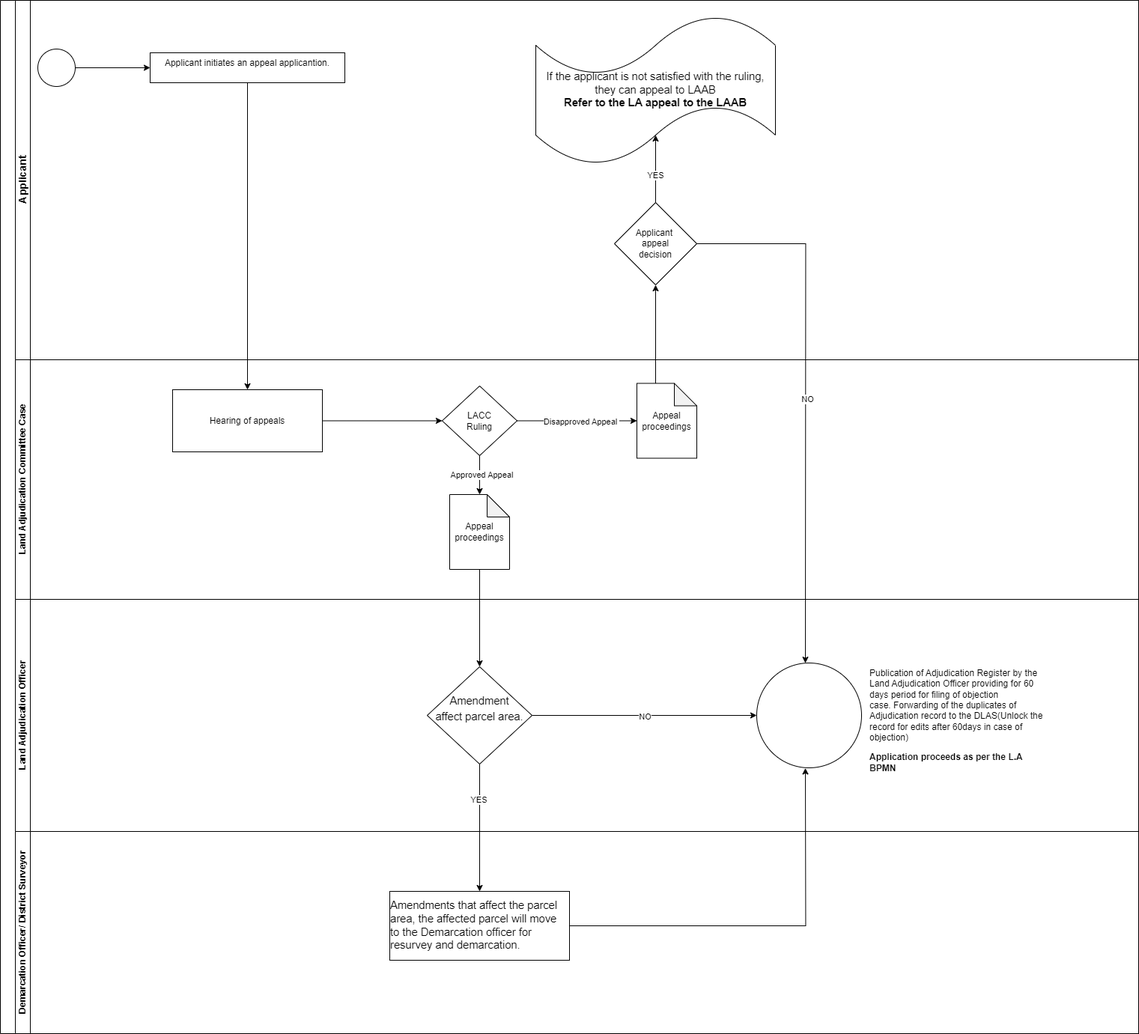
This is Land Adjudication Appeal to the LACC.drawio.png from geoprojectke/BPMN, a draw.io export, as it was before one commit. Source tidied: cells renumbered, new cells last; positions are measured from the earlier drawing's top-left corner, leaving out a move shared by most shapes. Its diagram source:
```xml
<mxGraphModel>
  <root>
    <mxCell id="0" />
    <mxCell id="1" parent="0" />
    <mxCell id="2" style="swimlane;html=1;horizontal=0;startSize=20;whiteSpace=wrap;" parent="1" vertex="1">
      <mxGeometry width="1520" height="1380" as="geometry" />
    </mxCell>
    <mxCell id="3" value="&lt;font style=&quot;font-size: 14px;&quot;&gt;Applicant&lt;/font&gt;" style="swimlane;html=1;startSize=20;horizontal=0;" parent="2" vertex="1">
      <mxGeometry x="20" width="1500" height="480" as="geometry" />
    </mxCell>
    <mxCell id="4" style="edgeStyle=orthogonalEdgeStyle;rounded=0;jettySize=auto;html=1;exitX=1;exitY=0.5;exitDx=0;exitDy=0;exitPerimeter=0;entryX=0;entryY=0.5;entryDx=0;entryDy=0;" parent="3" edge="1" source="5" target="6">
      <mxGeometry relative="1" as="geometry" />
    </mxCell>
    <mxCell id="5" style="points=[[0.145,0.145,0],[0.5,0,0],[0.855,0.145,0],[1,0.5,0],[0.855,0.855,0],[0.5,1,0],[0.145,0.855,0],[0,0.5,0]];shape=mxgraph.bpmn.event;html=1;verticalLabelPosition=bottom;labelBackgroundColor=#ffffff;verticalAlign=top;align=center;perimeter=ellipsePerimeter;outlineConnect=0;outline=standard;symbol=general;" parent="3" vertex="1">
      <mxGeometry x="30" y="65" width="50" height="50" as="geometry" />
    </mxCell>
    <mxCell id="6" value="&lt;div style=&quot;&quot;&gt;&lt;span style=&quot;background-color: initial;&quot;&gt;Applicant initiates an appeal applicantion.&lt;/span&gt;&lt;/div&gt;" style="whiteSpace=wrap;html=1;verticalAlign=top;align=center;" parent="3" vertex="1">
      <mxGeometry x="180" y="70" width="260" height="40" as="geometry" />
    </mxCell>
    <mxCell id="7" value="&lt;span id=&quot;docs-internal-guid-db0c2f5f-7fff-f415-b782-565040d1eb2e&quot;&gt;&lt;span style=&quot;font-size: 11pt; font-family: Arial, sans-serif; background-color: transparent; font-variant-numeric: normal; font-variant-east-asian: normal; font-variant-alternates: normal; font-variant-position: normal; vertical-align: baseline; white-space-collapse: preserve;&quot;&gt;If the applicant is not satisfied with the ruling, they can appeal to LAAB&lt;/span&gt;&lt;/span&gt;&lt;div&gt;&lt;span&gt;&lt;span style=&quot;font-size: 11pt; font-family: Arial, sans-serif; background-color: transparent; font-variant-numeric: normal; font-variant-east-asian: normal; font-variant-alternates: normal; font-variant-position: normal; vertical-align: baseline; white-space-collapse: preserve;&quot;&gt;&lt;b&gt;Refer to the LA appeal to the LAAB&lt;/b&gt;&lt;/span&gt;&lt;/span&gt;&lt;/div&gt;" style="shape=tape;whiteSpace=wrap;html=1;" parent="3" vertex="1">
      <mxGeometry x="695" y="20" width="320" height="200" as="geometry" />
    </mxCell>
    <mxCell id="8" value="Applicant&amp;nbsp;&lt;div&gt;appeal&lt;div&gt;decision&lt;/div&gt;&lt;/div&gt;" style="rhombus;whiteSpace=wrap;html=1;" parent="3" vertex="1">
      <mxGeometry x="800" y="270" width="110" height="110" as="geometry" />
    </mxCell>
    <mxCell id="9" style="edgeStyle=orthogonalEdgeStyle;rounded=0;jettySize=auto;html=1;exitX=0.5;exitY=0;exitDx=0;exitDy=0;entryX=0.5;entryY=0.8;entryDx=0;entryDy=0;entryPerimeter=0;" parent="3" edge="1" source="8" target="7">
      <mxGeometry relative="1" as="geometry" />
    </mxCell>
    <mxCell id="10" value="YES" style="edgeLabel;html=1;align=center;verticalAlign=middle;" parent="9" vertex="1">
      <mxGeometry x="-0.18" y="1" relative="1" as="geometry" />
    </mxCell>
    <mxCell id="11" value="Land Adjudication Committee Case" style="swimlane;html=1;startSize=20;horizontal=0;" parent="2" vertex="1">
      <mxGeometry x="20" y="480" width="1500" height="320" as="geometry" />
    </mxCell>
    <mxCell id="12" style="edgeStyle=orthogonalEdgeStyle;rounded=0;jettySize=auto;html=1;exitX=1;exitY=0.5;exitDx=0;exitDy=0;entryX=0;entryY=0.5;entryDx=0;entryDy=0;" parent="11" edge="1" source="13" target="14">
      <mxGeometry relative="1" as="geometry" />
    </mxCell>
    <mxCell id="13" value="Hearing of appeals" style="whiteSpace=wrap;html=1;" parent="11" vertex="1">
      <mxGeometry x="210" y="40" width="200" height="83" as="geometry" />
    </mxCell>
    <mxCell id="14" value="LACC&lt;div&gt;Ruling&lt;/div&gt;" style="rhombus;whiteSpace=wrap;html=1;" parent="11" vertex="1">
      <mxGeometry x="570" y="35" width="100" height="93" as="geometry" />
    </mxCell>
    <mxCell id="15" value="Appeal proceedings" style="shape=note;whiteSpace=wrap;html=1;backgroundOutline=1;darkOpacity=0.05;" parent="11" vertex="1">
      <mxGeometry x="830" y="31.5" width="80" height="100" as="geometry" />
    </mxCell>
    <mxCell id="16" style="edgeStyle=orthogonalEdgeStyle;rounded=0;jettySize=auto;html=1;exitX=1;exitY=0.5;exitDx=0;exitDy=0;entryX=0;entryY=0.5;entryDx=0;entryDy=0;entryPerimeter=0;" parent="11" edge="1" source="14" target="15">
      <mxGeometry relative="1" as="geometry" />
    </mxCell>
    <mxCell id="17" value="Disapproved Appeal&amp;nbsp;" style="edgeLabel;html=1;align=center;verticalAlign=middle;" parent="16" vertex="1">
      <mxGeometry x="0.07" y="-1" relative="1" as="geometry" />
    </mxCell>
    <mxCell id="18" value="Appeal proceedings" style="shape=note;whiteSpace=wrap;html=1;backgroundOutline=1;darkOpacity=0.05;" parent="11" vertex="1">
      <mxGeometry x="580" y="180" width="80" height="100" as="geometry" />
    </mxCell>
    <mxCell id="19" style="edgeStyle=orthogonalEdgeStyle;rounded=0;jettySize=auto;html=1;exitX=0.5;exitY=1;exitDx=0;exitDy=0;entryX=0.5;entryY=0;entryDx=0;entryDy=0;entryPerimeter=0;" parent="11" edge="1" source="14" target="18">
      <mxGeometry relative="1" as="geometry" />
    </mxCell>
    <mxCell id="20" value="Approved Appeal" style="edgeLabel;html=1;align=center;verticalAlign=middle;" parent="19" vertex="1">
      <mxGeometry x="0.01" y="2" relative="1" as="geometry" />
    </mxCell>
    <mxCell id="21" value="Land Adjudication Officer" style="swimlane;html=1;startSize=20;horizontal=0;gradientColor=none;swimlaneFillColor=none;" parent="2" vertex="1">
      <mxGeometry x="20" y="800" width="1500" height="310" as="geometry" />
    </mxCell>
    <mxCell id="22" style="edgeStyle=orthogonalEdgeStyle;rounded=0;jettySize=auto;html=1;exitX=1;exitY=0.5;exitDx=0;exitDy=0;entryX=0;entryY=0.5;entryDx=0;entryDy=0;" parent="21" edge="1" source="24" target="25">
      <mxGeometry relative="1" as="geometry" />
    </mxCell>
    <mxCell id="23" value="NO" style="edgeLabel;html=1;align=center;verticalAlign=middle;" parent="22" vertex="1">
      <mxGeometry y="-1" relative="1" as="geometry" />
    </mxCell>
    <mxCell id="24" value="&lt;p style=&quot;line-height: 1.38; margin-top: 0pt; margin-bottom: 0pt;&quot; dir=&quot;ltr&quot;&gt;&lt;span style=&quot;font-size: 11pt; font-family: Arial, sans-serif; background-color: transparent; font-variant-numeric: normal; font-variant-east-asian: normal; font-variant-alternates: normal; font-variant-position: normal; vertical-align: baseline; white-space-collapse: preserve;&quot;&gt;Amendment&lt;/span&gt;&lt;/p&gt;&lt;p style=&quot;line-height: 1.38; margin-top: 0pt; margin-bottom: 0pt;&quot; dir=&quot;ltr&quot;&gt;&lt;span style=&quot;font-size: 11pt; font-family: Arial, sans-serif; background-color: transparent; font-variant-numeric: normal; font-variant-east-asian: normal; font-variant-alternates: normal; font-variant-position: normal; vertical-align: baseline; white-space-collapse: preserve;&quot;&gt;affect parcel area.&lt;/span&gt;&lt;/p&gt;&lt;div&gt;&lt;span style=&quot;font-size: 11pt; font-family: Arial, sans-serif; background-color: transparent; font-variant-numeric: normal; font-variant-east-asian: normal; font-variant-alternates: normal; font-variant-position: normal; vertical-align: baseline; white-space-collapse: preserve;&quot;&gt;&lt;br&gt;&lt;/span&gt;&lt;/div&gt;" style="rhombus;whiteSpace=wrap;html=1;" parent="21" vertex="1">
      <mxGeometry x="550" y="90" width="140" height="130" as="geometry" />
    </mxCell>
    <mxCell id="25" style="ellipse;whiteSpace=wrap;html=1;" parent="21" vertex="1">
      <mxGeometry x="990" y="85" width="140" height="140" as="geometry" />
    </mxCell>
    <mxCell id="26" value="&lt;p style=&quot;text-wrap: wrap;&quot; class=&quot;MsoNormal&quot;&gt;&lt;br&gt;&lt;/p&gt;" style="text;html=1;align=left;verticalAlign=middle;strokeColor=none;fillColor=none;" parent="21" vertex="1">
      <mxGeometry x="990" y="130" width="20" height="50" as="geometry" />
    </mxCell>
    <mxCell id="27" value="&lt;p style=&quot;text-align: left;&quot; class=&quot;MsoNormal&quot;&gt;&lt;span lang=&quot;EN-GB&quot;&gt;Publication of Adjudication Register by the Land Adjudication Officer&amp;nbsp;&lt;/span&gt;&lt;span style=&quot;background-color: initial;&quot;&gt;providing for 60 days period for filing of objection case.&amp;nbsp;&lt;/span&gt;&lt;span style=&quot;background-color: initial;&quot;&gt;Forwarding of the duplicates of Adjudication record to the DLAS&lt;/span&gt;&lt;span style=&quot;background-color: initial;&quot;&gt;(Unlock the record for edits after 60days in case of objection)&lt;/span&gt;&lt;/p&gt;&lt;p style=&quot;text-align: left;&quot; class=&quot;MsoNormal&quot;&gt;&lt;b style=&quot;background-color: initial;&quot;&gt;Application proceeds as per the L.A BPMN&lt;/b&gt;&lt;/p&gt;" style="whiteSpace=wrap;html=1;gradientColor=none;strokeColor=none;" parent="21" vertex="1">
      <mxGeometry x="1140" y="90" width="240" height="145" as="geometry" />
    </mxCell>
    <mxCell id="28" value="Demarcation Officer/ District Surveyor" style="swimlane;html=1;startSize=20;horizontal=0;" parent="2" vertex="1">
      <mxGeometry x="20" y="1110" width="1500" height="270" as="geometry" />
    </mxCell>
    <mxCell id="29" style="edgeStyle=orthogonalEdgeStyle;rounded=0;orthogonalLoop=1;jettySize=auto;html=1;exitX=0.5;exitY=1;exitDx=0;exitDy=0;" parent="28" edge="1">
      <mxGeometry relative="1" as="geometry">
        <mxPoint x="1880" y="166" as="targetPoint" />
      </mxGeometry>
    </mxCell>
    <mxCell id="30" value="Rejects" style="edgeLabel;html=1;align=center;verticalAlign=middle;" parent="29" vertex="1">
      <mxGeometry x="-0.29" y="-3" relative="1" as="geometry" />
    </mxCell>
    <mxCell id="31" value="&lt;div style=&quot;text-align: left;&quot;&gt;&lt;span id=&quot;docs-internal-guid-d6d3c011-7fff-b26b-1240-02130e1e9896&quot;&gt;&lt;span style=&quot;font-size: 11pt; font-family: Arial, sans-serif; background-color: transparent; font-variant-numeric: normal; font-variant-east-asian: normal; font-variant-alternates: normal; font-variant-position: normal; vertical-align: baseline; white-space-collapse: preserve;&quot;&gt;Amendments that affect the parcel area, the affected parcel will move to the Demarcation officer for resurvey and demarcation.&lt;/span&gt;&lt;/span&gt;&lt;br&gt;&lt;/div&gt;" style="whiteSpace=wrap;html=1;" parent="28" vertex="1">
      <mxGeometry x="500" y="80" width="240" height="92" as="geometry" />
    </mxCell>
    <mxCell id="32" style="edgeStyle=orthogonalEdgeStyle;rounded=0;jettySize=auto;html=1;exitX=0.5;exitY=1;exitDx=0;exitDy=0;" parent="2" edge="1" source="6" target="13">
      <mxGeometry relative="1" as="geometry" />
    </mxCell>
    <mxCell id="33" style="edgeStyle=orthogonalEdgeStyle;rounded=0;jettySize=auto;html=1;exitX=0.5;exitY=1;exitDx=0;exitDy=0;exitPerimeter=0;" parent="2" edge="1" source="18" target="24">
      <mxGeometry relative="1" as="geometry" />
    </mxCell>
    <mxCell id="34" style="edgeStyle=orthogonalEdgeStyle;rounded=0;jettySize=auto;html=1;entryX=0.5;entryY=0;entryDx=0;entryDy=0;exitX=0.5;exitY=1;exitDx=0;exitDy=0;" parent="2" edge="1" source="24" target="31">
      <mxGeometry relative="1" as="geometry" />
    </mxCell>
    <mxCell id="35" value="YES" style="edgeLabel;html=1;align=center;verticalAlign=middle;" parent="34" vertex="1">
      <mxGeometry x="-0.45" y="-2" relative="1" as="geometry" />
    </mxCell>
    <mxCell id="36" style="edgeStyle=orthogonalEdgeStyle;rounded=0;jettySize=auto;html=1;exitX=1;exitY=0.5;exitDx=0;exitDy=0;entryX=0.5;entryY=1;entryDx=0;entryDy=0;" parent="2" edge="1" source="31">
      <mxGeometry relative="1" as="geometry">
        <mxPoint x="1075" y="1025.4" as="targetPoint" />
      </mxGeometry>
    </mxCell>
    <mxCell id="37" style="edgeStyle=orthogonalEdgeStyle;rounded=0;jettySize=auto;html=1;exitX=0;exitY=0;exitDx=25;exitDy=0;exitPerimeter=0;entryX=0.5;entryY=1;entryDx=0;entryDy=0;" parent="2" edge="1" source="15" target="8">
      <mxGeometry relative="1" as="geometry" />
    </mxCell>
    <mxCell id="38" style="edgeStyle=orthogonalEdgeStyle;rounded=0;jettySize=auto;html=1;exitX=1;exitY=0.5;exitDx=0;exitDy=0;entryX=0.5;entryY=0;entryDx=0;entryDy=0;" parent="2" edge="1" source="8">
      <mxGeometry relative="1" as="geometry">
        <mxPoint x="1075" y="885.1" as="targetPoint" />
      </mxGeometry>
    </mxCell>
    <mxCell id="39" value="NO" style="edgeLabel;html=1;align=center;verticalAlign=middle;" parent="38" vertex="1">
      <mxGeometry y="2" relative="1" as="geometry" />
    </mxCell>
  </root>
</mxGraphModel>
```
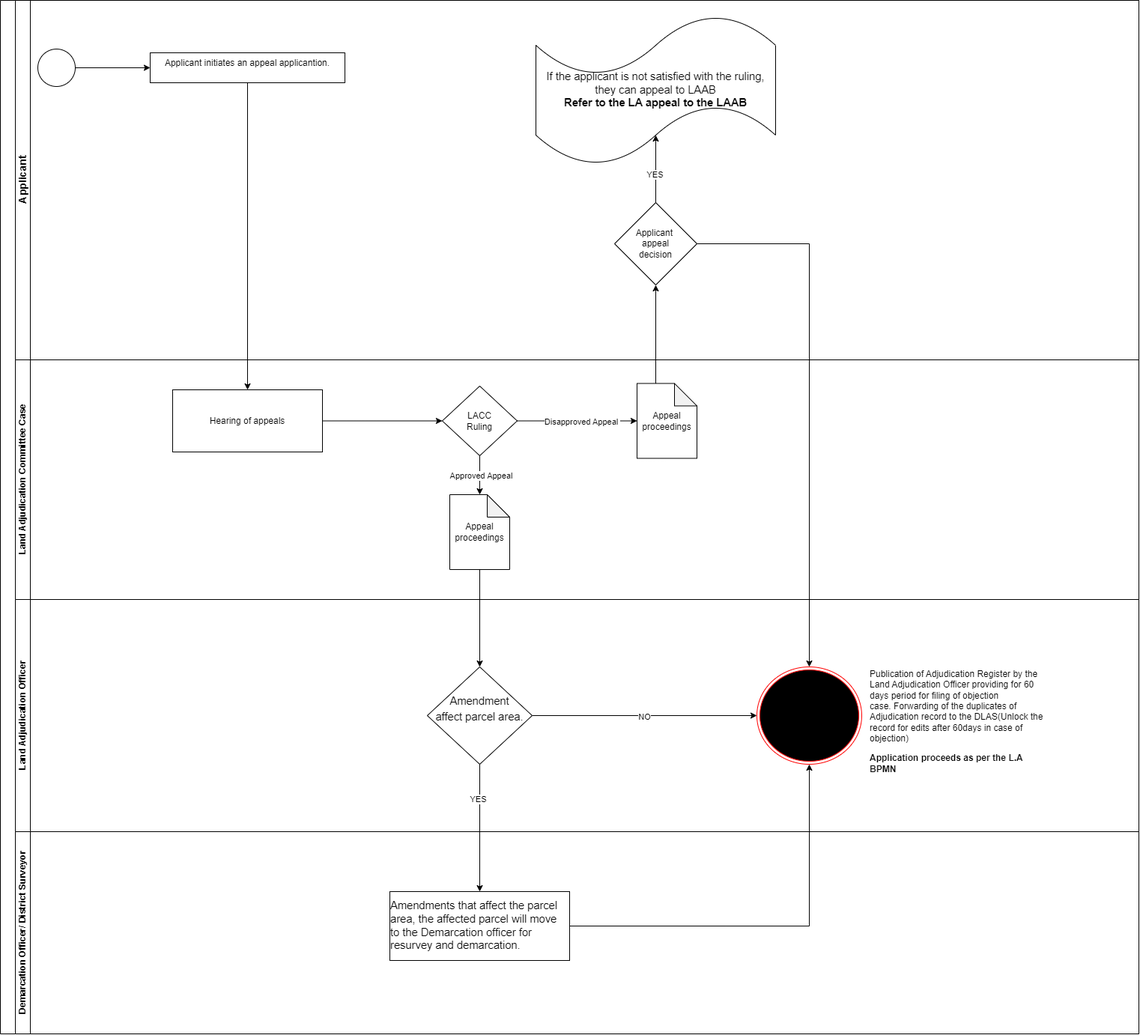
The same diagram one commit later.

The edit, as a diff of the source:
```diff
@@ -62,8 +62,10 @@
     <mxCell id="21" value="Land Adjudication Officer" style="swimlane;html=1;startSize=20;horizontal=0;gradientColor=none;swimlaneFillColor=none;" parent="2" vertex="1">
       <mxGeometry x="20" y="800" width="1500" height="310" as="geometry" />
     </mxCell>
-    <mxCell id="22" style="edgeStyle=orthogonalEdgeStyle;rounded=0;jettySize=auto;html=1;exitX=1;exitY=0.5;exitDx=0;exitDy=0;entryX=0;entryY=0.5;entryDx=0;entryDy=0;" parent="21" edge="1" source="24" target="25">
-      <mxGeometry relative="1" as="geometry" />
+    <mxCell id="22" style="edgeStyle=orthogonalEdgeStyle;rounded=0;jettySize=auto;html=1;exitX=1;exitY=0.5;exitDx=0;exitDy=0;entryX=0;entryY=0.5;entryDx=0;entryDy=0;" parent="21" edge="1" source="24">
+      <mxGeometry relative="1" as="geometry">
+        <mxPoint x="990" y="155" as="targetPoint" />
+      </mxGeometry>
     </mxCell>
     <mxCell id="23" value="NO" style="edgeLabel;html=1;align=center;verticalAlign=middle;" parent="22" vertex="1">
       <mxGeometry y="-1" relative="1" as="geometry" />
@@ -71,15 +73,15 @@
     <mxCell id="24" value="&lt;p style=&quot;line-height: 1.38; margin-top: 0pt; margin-bottom: 0pt;&quot; dir=&quot;ltr&quot;&gt;&lt;span style=&quot;font-size: 11pt; font-family: Arial, sans-serif; background-color: transparent; font-variant-numeric: normal; font-variant-east-asian: normal; font-variant-alternates: normal; font-variant-position: normal; vertical-align: baseline; white-space-collapse: preserve;&quot;&gt;Amendment&lt;/span&gt;&lt;/p&gt;&lt;p style=&quot;line-height: 1.38; margin-top: 0pt; margin-bottom: 0pt;&quot; dir=&quot;ltr&quot;&gt;&lt;span style=&quot;font-size: 11pt; font-family: Arial, sans-serif; background-color: transparent; font-variant-numeric: normal; font-variant-east-asian: normal; font-variant-alternates: normal; font-variant-position: normal; vertical-align: baseline; white-space-collapse: preserve;&quot;&gt;affect parcel area.&lt;/span&gt;&lt;/p&gt;&lt;div&gt;&lt;span style=&quot;font-size: 11pt; font-family: Arial, sans-serif; background-color: transparent; font-variant-numeric: normal; font-variant-east-asian: normal; font-variant-alternates: normal; font-variant-position: normal; vertical-align: baseline; white-space-collapse: preserve;&quot;&gt;&lt;br&gt;&lt;/span&gt;&lt;/div&gt;" style="rhombus;whiteSpace=wrap;html=1;" parent="21" vertex="1">
       <mxGeometry x="550" y="90" width="140" height="130" as="geometry" />
     </mxCell>
-    <mxCell id="25" style="ellipse;whiteSpace=wrap;html=1;" parent="21" vertex="1">
-      <mxGeometry x="990" y="85" width="140" height="140" as="geometry" />
-    </mxCell>
     <mxCell id="26" value="&lt;p style=&quot;text-wrap: wrap;&quot; class=&quot;MsoNormal&quot;&gt;&lt;br&gt;&lt;/p&gt;" style="text;html=1;align=left;verticalAlign=middle;strokeColor=none;fillColor=none;" parent="21" vertex="1">
       <mxGeometry x="990" y="130" width="20" height="50" as="geometry" />
     </mxCell>
     <mxCell id="27" value="&lt;p style=&quot;text-align: left;&quot; class=&quot;MsoNormal&quot;&gt;&lt;span lang=&quot;EN-GB&quot;&gt;Publication of Adjudication Register by the Land Adjudication Officer&amp;nbsp;&lt;/span&gt;&lt;span style=&quot;background-color: initial;&quot;&gt;providing for 60 days period for filing of objection case.&amp;nbsp;&lt;/span&gt;&lt;span style=&quot;background-color: initial;&quot;&gt;Forwarding of the duplicates of Adjudication record to the DLAS&lt;/span&gt;&lt;span style=&quot;background-color: initial;&quot;&gt;(Unlock the record for edits after 60days in case of objection)&lt;/span&gt;&lt;/p&gt;&lt;p style=&quot;text-align: left;&quot; class=&quot;MsoNormal&quot;&gt;&lt;b style=&quot;background-color: initial;&quot;&gt;Application proceeds as per the L.A BPMN&lt;/b&gt;&lt;/p&gt;" style="whiteSpace=wrap;html=1;gradientColor=none;strokeColor=none;" parent="21" vertex="1">
       <mxGeometry x="1140" y="90" width="240" height="145" as="geometry" />
     </mxCell>
+    <mxCell id="40" style="ellipse;html=1;shape=endState;fillColor=#000000;strokeColor=#ff0000;" parent="21" vertex="1">
+      <mxGeometry x="990" y="90" width="140" height="130" as="geometry" />
+    </mxCell>
     <mxCell id="28" value="Demarcation Officer/ District Surveyor" style="swimlane;html=1;startSize=20;horizontal=0;" parent="2" vertex="1">
       <mxGeometry x="20" y="1110" width="1500" height="270" as="geometry" />
     </mxCell>
@@ -106,21 +108,14 @@
     <mxCell id="35" value="YES" style="edgeLabel;html=1;align=center;verticalAlign=middle;" parent="34" vertex="1">
       <mxGeometry x="-0.45" y="-2" relative="1" as="geometry" />
     </mxCell>
-    <mxCell id="36" style="edgeStyle=orthogonalEdgeStyle;rounded=0;jettySize=auto;html=1;exitX=1;exitY=0.5;exitDx=0;exitDy=0;entryX=0.5;entryY=1;entryDx=0;entryDy=0;" parent="2" edge="1" source="31">
-      <mxGeometry relative="1" as="geometry">
-        <mxPoint x="1075" y="1025.4" as="targetPoint" />
-      </mxGeometry>
-    </mxCell>
     <mxCell id="37" style="edgeStyle=orthogonalEdgeStyle;rounded=0;jettySize=auto;html=1;exitX=0;exitY=0;exitDx=25;exitDy=0;exitPerimeter=0;entryX=0.5;entryY=1;entryDx=0;entryDy=0;" parent="2" edge="1" source="15" target="8">
       <mxGeometry relative="1" as="geometry" />
     </mxCell>
-    <mxCell id="38" style="edgeStyle=orthogonalEdgeStyle;rounded=0;jettySize=auto;html=1;exitX=1;exitY=0.5;exitDx=0;exitDy=0;entryX=0.5;entryY=0;entryDx=0;entryDy=0;" parent="2" edge="1" source="8">
-      <mxGeometry relative="1" as="geometry">
-        <mxPoint x="1075" y="885.1" as="targetPoint" />
-      </mxGeometry>
-    </mxCell>
-    <mxCell id="39" value="NO" style="edgeLabel;html=1;align=center;verticalAlign=middle;" parent="38" vertex="1">
-      <mxGeometry y="2" relative="1" as="geometry" />
-    </mxCell>
+    <mxCell id="41" style="edgeStyle=orthogonalEdgeStyle;rounded=0;jettySize=auto;html=1;exitX=1;exitY=0.5;exitDx=0;exitDy=0;entryX=0.5;entryY=1;entryDx=0;entryDy=0;" parent="2" edge="1" source="31" target="40">
+      <mxGeometry relative="1" as="geometry" />
+    </mxCell>
+    <mxCell id="42" style="edgeStyle=orthogonalEdgeStyle;rounded=0;jettySize=auto;html=1;exitX=1;exitY=0.5;exitDx=0;exitDy=0;entryX=0.5;entryY=0;entryDx=0;entryDy=0;" parent="2" edge="1" source="8" target="40">
+      <mxGeometry relative="1" as="geometry" />
+    </mxCell>
   </root>
 </mxGraphModel>
```
